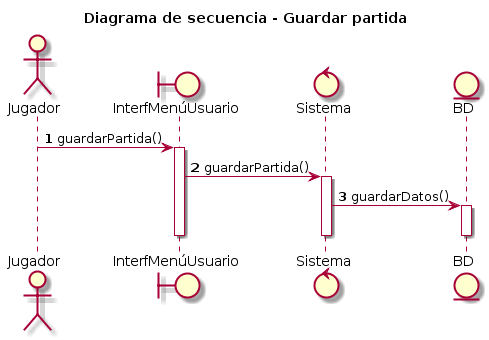
Earlier version of the PlantUML export UML/Diagramas de secuencia/Jugador/Guardar partida/Guardar partida.png (dmontesinos/ES-2019-G43-2-02.v1). Source of this version:
```plantuml
@startuml
title Diagrama de secuencia - Guardar partida
autonumber
actor Jugador
boundary InterfMenúUsuario
control Sistema
entity BD

Jugador -> InterfMenúUsuario : guardarPartida()
activate InterfMenúUsuario
InterfMenúUsuario -> Sistema : guardarPartida()
activate Sistema
Sistema -> BD : guardarDatos()
activate BD
deactivate BD
deactivate Sistema
deactivate InterfMenúUsuario
@enduml
```
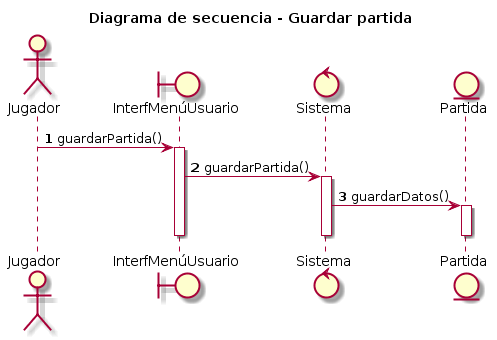
After the commit.

Change to the diagram source:
```diff
@@ -4,15 +4,15 @@
 actor Jugador
 boundary InterfMenúUsuario
 control Sistema
-entity BD
+entity Partida
 
 Jugador -> InterfMenúUsuario : guardarPartida()
 activate InterfMenúUsuario
 InterfMenúUsuario -> Sistema : guardarPartida()
 activate Sistema
-Sistema -> BD : guardarDatos()
-activate BD
-deactivate BD
+Sistema -> Partida : guardarDatos()
+activate Partida
+deactivate Partida
 deactivate Sistema
 deactivate InterfMenúUsuario
 @enduml
```
